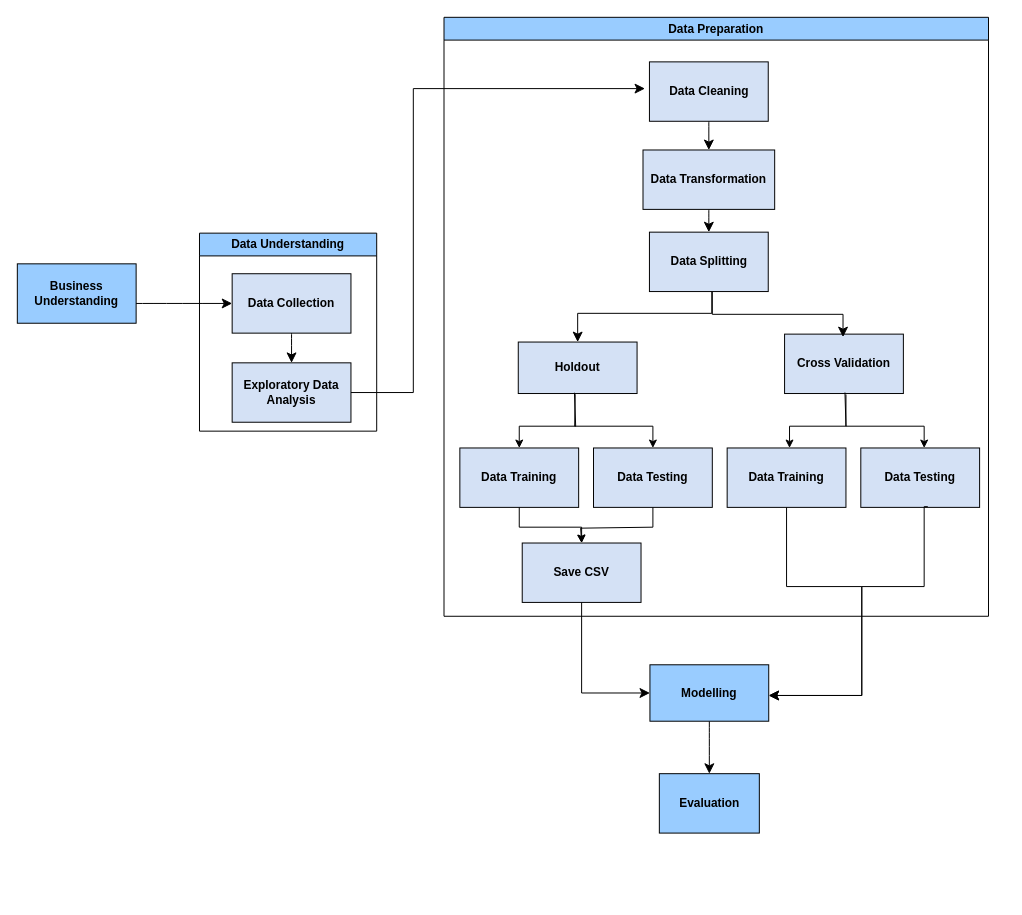
The draw.io diagram Untitled Diagram.drawio in sleepygirlleen/Final-Project, before the edit. Source tidied: cells renumbered, new cells numbered last; positions are measured from the earlier drawing's top-left corner, leaving out a move shared by most shapes. Both pictures are drawn from the tidied source at 99%, with x=0, y=0 at pixel (17, 17).
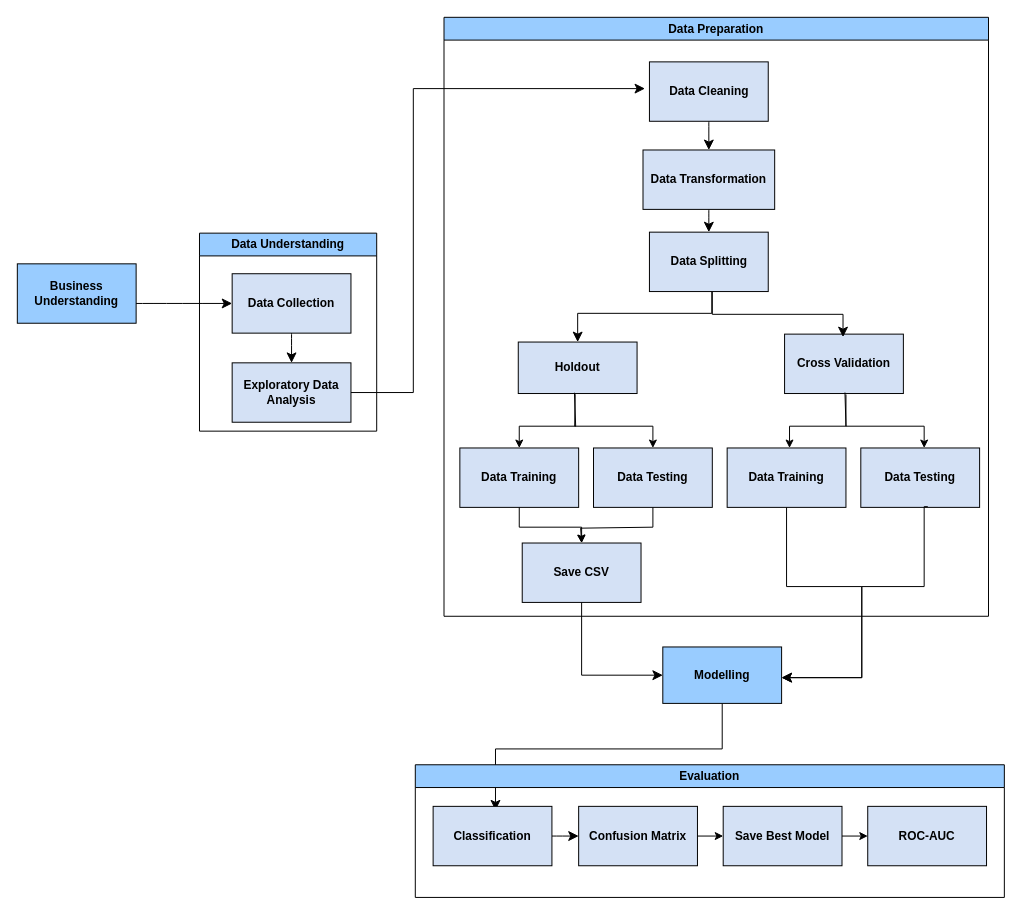
After the change.

The change refers to these unchanged cells:
```xml
<mxCell id="23" value="&lt;b&gt;Data Training&lt;/b&gt;" style="rounded=0;whiteSpace=wrap;html=1;fillColor=#D4E1F5;" parent="11" vertex="1">
  <mxGeometry x="286" y="435" width="120" height="60" as="geometry" />
</mxCell>
<mxCell id="24" value="&lt;b&gt;Data Testing&lt;/b&gt;" style="rounded=0;whiteSpace=wrap;html=1;fillColor=#D4E1F5;" parent="11" vertex="1">
  <mxGeometry x="421" y="435" width="120" height="60" as="geometry" />
</mxCell>
```

What changed in the source:
```diff
@@
-    <mxCell id="4" style="edgeStyle=none;curved=1;rounded=0;jettySize=auto;html=1;fontSize=12;startSize=8;endSize=8;fillColor=#99CCFF;" parent="1" edge="1" source="5" target="6">
-      <mxGeometry relative="1" as="geometry" />
+    <mxCell id="4" style="edgeStyle=orthogonalEdgeStyle;rounded=0;jettySize=auto;html=1;fontSize=12;startSize=8;endSize=8;fillColor=#99CCFF;exitX=0.5;exitY=1;exitDx=0;exitDy=0;" parent="1" edge="1" source="5">
+      <mxGeometry relative="1" as="geometry">
+        <mxPoint x="483" y="801" as="targetPoint" />
+        <Array as="points">
+          <mxPoint x="712" y="739" />
+          <mxPoint x="483" y="739" />
+        </Array>
+      </mxGeometry>
     </mxCell>
     <mxCell id="5" value="&lt;b&gt;Modelling&lt;/b&gt;" style="rounded=0;whiteSpace=wrap;html=1;fillColor=#99CCFF;" parent="1" vertex="1">
-      <mxGeometry x="639" y="654" width="120" height="57" as="geometry" />
+      <mxGeometry x="652" y="636" width="120" height="57" as="geometry" />
     </mxCell>
-    <mxCell id="6" value="&lt;b&gt;Evaluation&lt;/b&gt;" style="rounded=0;whiteSpace=wrap;html=1;fillColor=#99CCFF;" parent="1" vertex="1">
-      <mxGeometry x="648.5" y="764" width="101" height="60" as="geometry" />
-    </mxCell>
@@
     <mxCell id="34" style="endArrow=classic;html=1;rounded=0;fontSize=12;startSize=8;endSize=8;exitX=0.5;exitY=1;exitDx=0;exitDy=0;edgeStyle=orthogonalEdgeStyle;" parent="1" edge="1" source="23" target="5">
       <mxGeometry relative="1" as="geometry">
         <Array as="points">
           <mxPoint x="777" y="575" />
           <mxPoint x="853" y="575" />
-          <mxPoint x="853" y="685" />
+          <mxPoint x="853" y="667" />
         </Array>
       </mxGeometry>
     </mxCell>
     <mxCell id="35" style="endArrow=classic;html=1;rounded=0;fontSize=12;startSize=8;endSize=8;exitX=0.564;exitY=0.988;exitDx=0;exitDy=0;edgeStyle=orthogonalEdgeStyle;exitPerimeter=0;" parent="1" edge="1" source="24" target="5">
       <mxGeometry relative="1" as="geometry">
         <Array as="points">
           <mxPoint x="916" y="494" />
           <mxPoint x="916" y="575" />
           <mxPoint x="853" y="575" />
-          <mxPoint x="853" y="685" />
+          <mxPoint x="853" y="667" />
         </Array>
       </mxGeometry>
     </mxCell>
+    <mxCell id="6" value="Evaluation" style="swimlane;whiteSpace=wrap;html=1;fillColor=#99CCFF;" parent="1" vertex="1">
+      <mxGeometry x="402" y="755" width="595" height="134" as="geometry" />
+    </mxCell>
+    <mxCell id="36" style="edgeStyle=none;curved=1;rounded=0;jettySize=auto;html=1;fontSize=12;startSize=8;endSize=8;fillColor=#D4E1F5;" parent="6" edge="1" source="37" target="38">
+      <mxGeometry relative="1" as="geometry" />
+    </mxCell>
+    <mxCell id="37" value="&lt;b&gt;Classification&lt;/b&gt;" style="rounded=0;whiteSpace=wrap;html=1;fillColor=#D4E1F5;" parent="6" vertex="1">
+      <mxGeometry x="18" y="42" width="120" height="60" as="geometry" />
+    </mxCell>
+    <mxCell id="38" value="&lt;b&gt;Confusion Matrix&lt;/b&gt;" style="rounded=0;whiteSpace=wrap;html=1;fillColor=#D4E1F5;" parent="6" vertex="1">
+      <mxGeometry x="165" y="42" width="120" height="60" as="geometry" />
+    </mxCell>
+    <mxCell id="39" value="&lt;b&gt;Save Best Model&lt;/b&gt;" style="rounded=0;whiteSpace=wrap;html=1;fillColor=#D4E1F5;" parent="6" vertex="1">
+      <mxGeometry x="311" y="42" width="120" height="60" as="geometry" />
+    </mxCell>
+    <mxCell id="40" value="&lt;b&gt;ROC-AUC&lt;/b&gt;" style="rounded=0;whiteSpace=wrap;html=1;fillColor=#D4E1F5;" parent="6" vertex="1">
+      <mxGeometry x="457" y="42" width="120" height="60" as="geometry" />
+    </mxCell>
+    <mxCell id="41" style="endArrow=classic;html=1;rounded=0;exitX=1;exitY=0.5;exitDx=0;exitDy=0;" parent="6" edge="1" source="38" target="39">
+      <mxGeometry relative="1" as="geometry" />
+    </mxCell>
+    <mxCell id="42" style="endArrow=classic;html=1;rounded=0;exitX=1;exitY=0.5;exitDx=0;exitDy=0;entryX=0;entryY=0.5;entryDx=0;entryDy=0;" parent="6" edge="1" source="39" target="40">
+      <mxGeometry relative="1" as="geometry" />
+    </mxCell>
```
